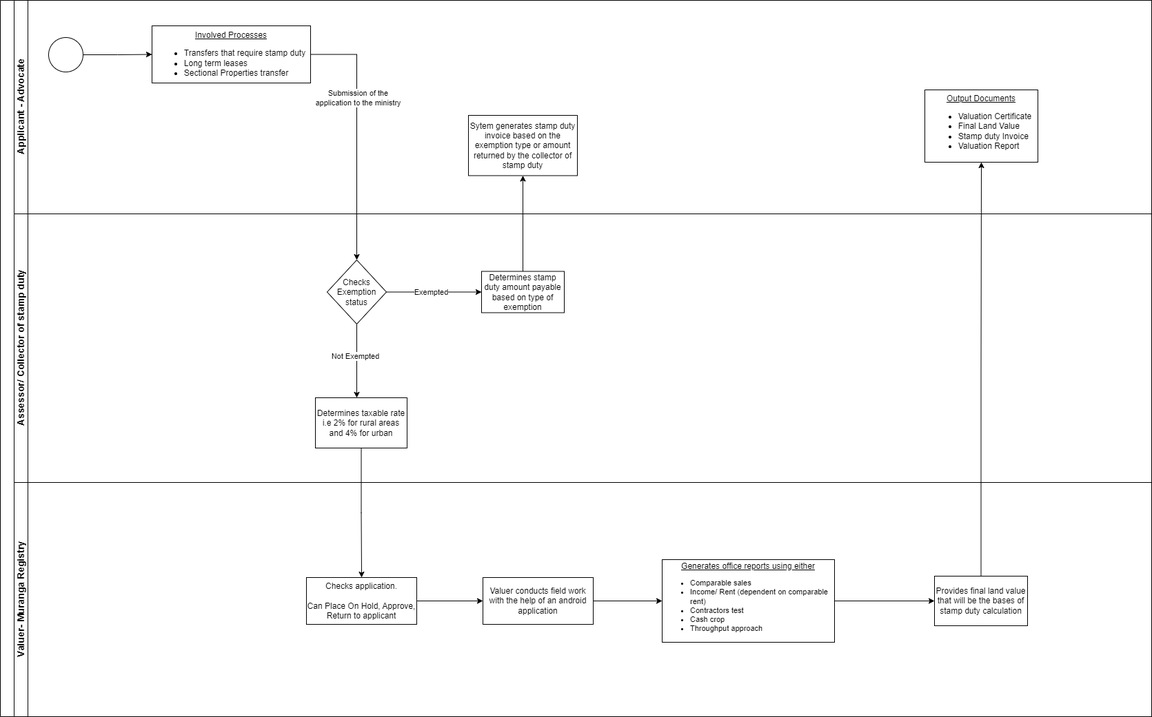
The draw.io diagram muranga-valuation-flow/muranga-valuation-flow.drawio.png in pascalokoth/BPMN, before a commit. Source tidied: cells renumbered, new cells last; positions are measured from the earlier drawing's top-left corner, leaving out a move shared by most shapes. The source it was exported from:
```xml
<mxGraphModel>
  <root>
    <mxCell id="0" />
    <mxCell id="1" parent="0" />
    <mxCell id="2" style="swimlane;html=1;horizontal=0;startSize=20;whiteSpace=wrap;" parent="1" vertex="1">
      <mxGeometry width="1670" height="1040" as="geometry" />
    </mxCell>
    <mxCell id="3" value="&lt;font style=&quot;font-size: 14px;&quot;&gt;Applicant - Advocate&lt;/font&gt;" style="swimlane;html=1;startSize=20;horizontal=0;" parent="2" vertex="1">
      <mxGeometry x="20" width="1650" height="310" as="geometry" />
    </mxCell>
    <mxCell id="4" style="points=[[0.145,0.145,0],[0.5,0,0],[0.855,0.145,0],[1,0.5,0],[0.855,0.855,0],[0.5,1,0],[0.145,0.855,0],[0,0.5,0]];shape=mxgraph.bpmn.event;html=1;verticalLabelPosition=bottom;labelBackgroundColor=#ffffff;verticalAlign=top;align=center;perimeter=ellipsePerimeter;outlineConnect=0;outline=standard;symbol=general;" parent="3" vertex="1">
      <mxGeometry x="50" y="54" width="50" height="50" as="geometry" />
    </mxCell>
    <mxCell id="5" style="edgeStyle=orthogonalEdgeStyle;rounded=0;jettySize=auto;html=1;exitX=1;exitY=0.5;exitDx=0;exitDy=0;exitPerimeter=0;" parent="3" edge="1" source="4" target="6">
      <mxGeometry relative="1" as="geometry" />
    </mxCell>
    <mxCell id="6" value="&lt;u&gt;Involved Processes&lt;/u&gt;&lt;div style=&quot;text-align: left;&quot;&gt;&lt;ul&gt;&lt;li&gt;Transfers that require stamp duty&lt;/li&gt;&lt;li&gt;Long term leases&lt;/li&gt;&lt;li&gt;Sectional Properties transfer&lt;/li&gt;&lt;/ul&gt;&lt;/div&gt;" style="whiteSpace=wrap;html=1;verticalAlign=top;" parent="3" vertex="1">
      <mxGeometry x="200" y="37" width="230" height="83" as="geometry" />
    </mxCell>
    <mxCell id="7" value="&lt;font style=&quot;font-size: 14px;&quot;&gt;Assessor/ Collector of stamp duty&lt;/font&gt;" style="swimlane;html=1;startSize=20;horizontal=0;" parent="2" vertex="1">
      <mxGeometry x="20" y="310" width="1650" height="390" as="geometry" />
    </mxCell>
    <mxCell id="8" style="edgeStyle=orthogonalEdgeStyle;rounded=0;jettySize=auto;html=1;entryX=0.5;entryY=0;entryDx=0;entryDy=0;" parent="7" edge="1" source="12">
      <mxGeometry relative="1" as="geometry">
        <mxPoint x="497" y="267" as="targetPoint" />
      </mxGeometry>
    </mxCell>
    <mxCell id="9" value="Not Exempted" style="edgeLabel;html=1;align=center;verticalAlign=middle;" parent="8" vertex="1">
      <mxGeometry x="-0.15" y="-3" relative="1" as="geometry" />
    </mxCell>
    <mxCell id="10" style="edgeStyle=orthogonalEdgeStyle;rounded=0;jettySize=auto;html=1;" parent="7" edge="1" source="12" target="14">
      <mxGeometry relative="1" as="geometry" />
    </mxCell>
    <mxCell id="11" value="Exempted" style="edgeLabel;html=1;align=center;verticalAlign=middle;" parent="10" vertex="1">
      <mxGeometry x="-0.43" y="1" relative="1" as="geometry">
        <mxPoint x="25" y="1" as="offset" />
      </mxGeometry>
    </mxCell>
    <mxCell id="12" value="Checks Exemption status" style="rhombus;whiteSpace=wrap;html=1;align=center;" parent="7" vertex="1">
      <mxGeometry x="454" y="67" width="86" height="93" as="geometry" />
    </mxCell>
    <mxCell id="13" style="edgeStyle=orthogonalEdgeStyle;rounded=0;jettySize=auto;html=1;" parent="7" edge="1" source="14" target="16">
      <mxGeometry relative="1" as="geometry" />
    </mxCell>
    <mxCell id="14" value="Determines stamp duty amount payable based on type of exemption" style="whiteSpace=wrap;html=1;" parent="7" vertex="1">
      <mxGeometry x="678" y="83.5" width="120" height="60" as="geometry" />
    </mxCell>
    <mxCell id="15" value="Determines taxable rate i.e 2% for rural areas and 4% for urban" style="whiteSpace=wrap;html=1;" parent="7" vertex="1">
      <mxGeometry x="437" y="267" width="133" height="73" as="geometry" />
    </mxCell>
    <mxCell id="16" value="Sytem generates stamp duty invoice based on the exemption type or amount returned by the collector of stamp duty" style="whiteSpace=wrap;html=1;" parent="7" vertex="1">
      <mxGeometry x="659" y="-143" width="158" height="87.5" as="geometry" />
    </mxCell>
    <mxCell id="17" value="&lt;font style=&quot;font-size: 14px;&quot;&gt;Valuer- Muranga Registry&lt;/font&gt;" style="swimlane;html=1;startSize=20;horizontal=0;" parent="2" vertex="1">
      <mxGeometry x="20" y="700" width="1650" height="340" as="geometry" />
    </mxCell>
    <mxCell id="18" value="Checks application.&lt;br&gt;&lt;br&gt;Can Place On Hold, Approve, Return to applicant" style="whiteSpace=wrap;html=1;" parent="17" vertex="1">
      <mxGeometry x="424" y="138" width="160" height="68" as="geometry" />
    </mxCell>
    <mxCell id="19" style="edgeStyle=orthogonalEdgeStyle;rounded=0;jettySize=auto;html=1;" parent="17" edge="1" source="20" target="22">
      <mxGeometry relative="1" as="geometry" />
    </mxCell>
    <mxCell id="20" value="&lt;u&gt;Generates office reports using either&lt;/u&gt;&lt;div style=&quot;font-size: 11px;&quot;&gt;&lt;ul&gt;&lt;li style=&quot;text-align: left;&quot;&gt;Comparable sales&lt;/li&gt;&lt;li style=&quot;text-align: left;&quot;&gt;Income/ Rent (dependent on comparable rent)&lt;/li&gt;&lt;li style=&quot;text-align: left;&quot;&gt;Contractors test&lt;/li&gt;&lt;li style=&quot;text-align: left;&quot;&gt;Cash crop&lt;/li&gt;&lt;li style=&quot;text-align: left;&quot;&gt;Throughput approach&lt;/li&gt;&lt;/ul&gt;&lt;/div&gt;" style="whiteSpace=wrap;html=1;" parent="17" vertex="1">
      <mxGeometry x="940" y="112" width="250" height="120" as="geometry" />
    </mxCell>
    <mxCell id="21" style="edgeStyle=orthogonalEdgeStyle;rounded=0;jettySize=auto;html=1;" parent="17" edge="1" source="22" target="23">
      <mxGeometry relative="1" as="geometry" />
    </mxCell>
    <mxCell id="22" value="Provides final land value that will be the bases of stamp duty calculation" style="whiteSpace=wrap;html=1;" parent="17" vertex="1">
      <mxGeometry x="1335" y="136" width="135" height="72" as="geometry" />
    </mxCell>
    <mxCell id="23" value="&lt;u&gt;Output Documents&lt;/u&gt;&lt;div style=&quot;&quot;&gt;&lt;ul&gt;&lt;li style=&quot;text-align: left;&quot;&gt;Valuation Certificate&lt;/li&gt;&lt;li style=&quot;text-align: left;&quot;&gt;Final Land Value&lt;/li&gt;&lt;li style=&quot;text-align: left;&quot;&gt;Stamp duty Invoice&lt;/li&gt;&lt;li style=&quot;text-align: left;&quot;&gt;Valuation Report&lt;/li&gt;&lt;/ul&gt;&lt;/div&gt;" style="whiteSpace=wrap;html=1;" parent="17" vertex="1">
      <mxGeometry x="1321" y="-570" width="164" height="105" as="geometry" />
    </mxCell>
    <mxCell id="24" style="edgeStyle=orthogonalEdgeStyle;rounded=0;jettySize=auto;html=1;entryX=0.5;entryY=0;entryDx=0;entryDy=0;" parent="2" edge="1" source="6" target="12">
      <mxGeometry relative="1" as="geometry" />
    </mxCell>
    <mxCell id="25" value="Submission of the&lt;div&gt;application to the ministry&lt;/div&gt;" style="edgeLabel;html=1;align=center;verticalAlign=middle;" parent="24" vertex="1">
      <mxGeometry x="-0.29" y="1" relative="1" as="geometry" />
    </mxCell>
    <mxCell id="26" style="edgeStyle=orthogonalEdgeStyle;rounded=0;jettySize=auto;html=1;entryX=0.5;entryY=0;entryDx=0;entryDy=0;" parent="2" edge="1" source="15" target="18">
      <mxGeometry relative="1" as="geometry" />
    </mxCell>
    <mxCell id="27" style="edgeStyle=orthogonalEdgeStyle;rounded=0;jettySize=auto;html=1;" parent="1" edge="1" source="28" target="20">
      <mxGeometry relative="1" as="geometry" />
    </mxCell>
    <mxCell id="28" value="Valuer conducts field work with the help of an android application" style="whiteSpace=wrap;html=1;" parent="1" vertex="1">
      <mxGeometry x="700" y="838" width="160" height="68" as="geometry" />
    </mxCell>
    <mxCell id="29" style="edgeStyle=orthogonalEdgeStyle;rounded=0;jettySize=auto;html=1;entryX=0;entryY=0.5;entryDx=0;entryDy=0;" parent="1" edge="1" source="18" target="28">
      <mxGeometry relative="1" as="geometry" />
    </mxCell>
  </root>
</mxGraphModel>
```
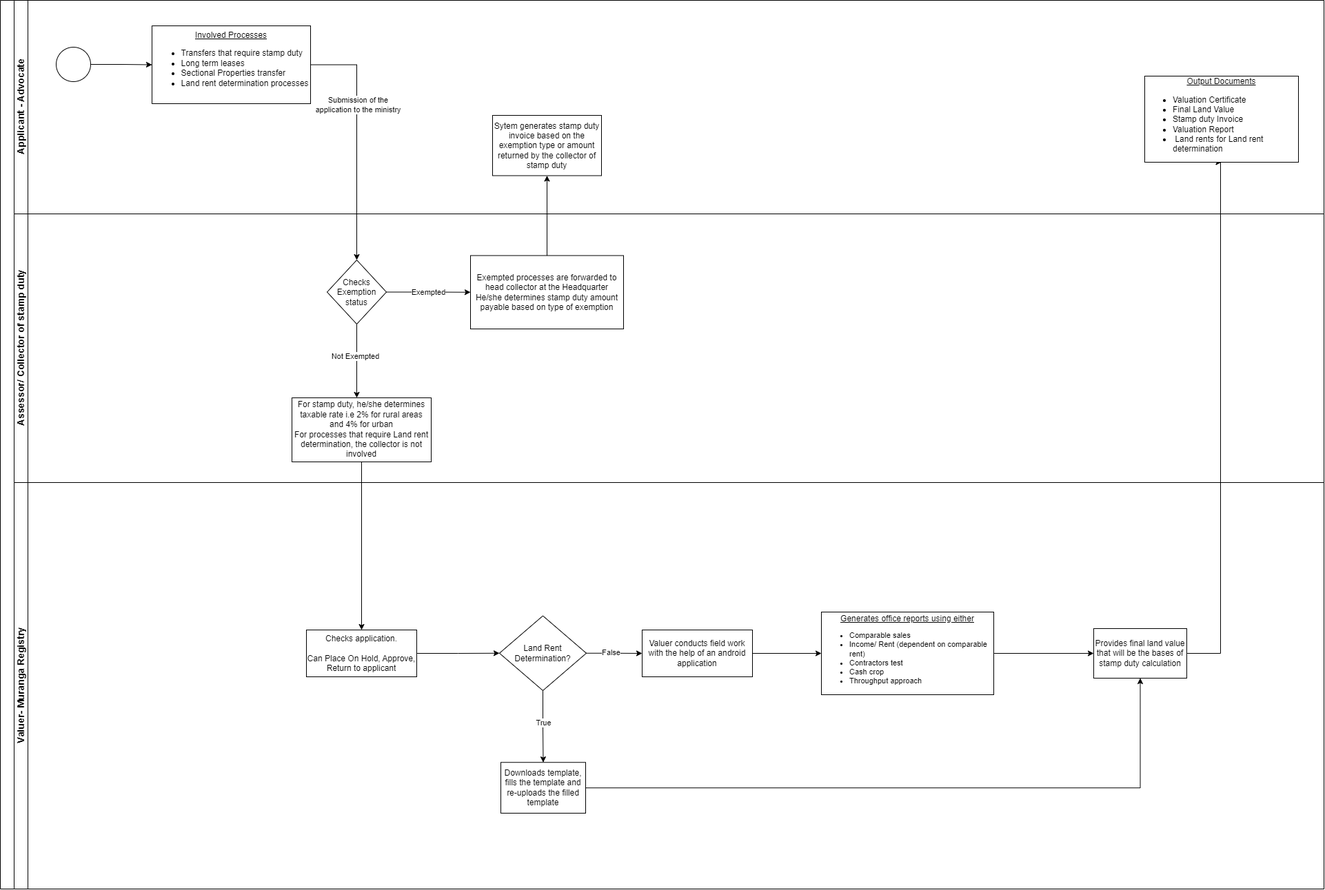
The same file after the commit.

The edit, as a diff of the source:
```diff
@@ -3,22 +3,22 @@
     <mxCell id="0" />
     <mxCell id="1" parent="0" />
     <mxCell id="2" style="swimlane;html=1;horizontal=0;startSize=20;whiteSpace=wrap;" parent="1" vertex="1">
-      <mxGeometry width="1670" height="1040" as="geometry" />
+      <mxGeometry width="1920" height="1290" as="geometry" />
     </mxCell>
     <mxCell id="3" value="&lt;font style=&quot;font-size: 14px;&quot;&gt;Applicant - Advocate&lt;/font&gt;" style="swimlane;html=1;startSize=20;horizontal=0;" parent="2" vertex="1">
-      <mxGeometry x="20" width="1650" height="310" as="geometry" />
+      <mxGeometry x="20" width="1900" height="310" as="geometry" />
     </mxCell>
     <mxCell id="4" style="points=[[0.145,0.145,0],[0.5,0,0],[0.855,0.145,0],[1,0.5,0],[0.855,0.855,0],[0.5,1,0],[0.145,0.855,0],[0,0.5,0]];shape=mxgraph.bpmn.event;html=1;verticalLabelPosition=bottom;labelBackgroundColor=#ffffff;verticalAlign=top;align=center;perimeter=ellipsePerimeter;outlineConnect=0;outline=standard;symbol=general;" parent="3" vertex="1">
-      <mxGeometry x="50" y="54" width="50" height="50" as="geometry" />
+      <mxGeometry x="61" y="68" width="50" height="50" as="geometry" />
     </mxCell>
     <mxCell id="5" style="edgeStyle=orthogonalEdgeStyle;rounded=0;jettySize=auto;html=1;exitX=1;exitY=0.5;exitDx=0;exitDy=0;exitPerimeter=0;" parent="3" edge="1" source="4" target="6">
       <mxGeometry relative="1" as="geometry" />
     </mxCell>
-    <mxCell id="6" value="&lt;u&gt;Involved Processes&lt;/u&gt;&lt;div style=&quot;text-align: left;&quot;&gt;&lt;ul&gt;&lt;li&gt;Transfers that require stamp duty&lt;/li&gt;&lt;li&gt;Long term leases&lt;/li&gt;&lt;li&gt;Sectional Properties transfer&lt;/li&gt;&lt;/ul&gt;&lt;/div&gt;" style="whiteSpace=wrap;html=1;verticalAlign=top;" parent="3" vertex="1">
-      <mxGeometry x="200" y="37" width="230" height="83" as="geometry" />
+    <mxCell id="6" value="&lt;u&gt;Involved Processes&lt;/u&gt;&lt;div style=&quot;text-align: left;&quot;&gt;&lt;ul&gt;&lt;li&gt;Transfers that require stamp duty&lt;/li&gt;&lt;li&gt;Long term leases&lt;/li&gt;&lt;li&gt;Sectional Properties transfer&lt;/li&gt;&lt;li&gt;Land rent determination processes&lt;/li&gt;&lt;/ul&gt;&lt;/div&gt;" style="whiteSpace=wrap;html=1;verticalAlign=top;" parent="3" vertex="1">
+      <mxGeometry x="200" y="37" width="230" height="113" as="geometry" />
     </mxCell>
     <mxCell id="7" value="&lt;font style=&quot;font-size: 14px;&quot;&gt;Assessor/ Collector of stamp duty&lt;/font&gt;" style="swimlane;html=1;startSize=20;horizontal=0;" parent="2" vertex="1">
-      <mxGeometry x="20" y="310" width="1650" height="390" as="geometry" />
+      <mxGeometry x="20" y="310" width="1900" height="390" as="geometry" />
     </mxCell>
     <mxCell id="8" style="edgeStyle=orthogonalEdgeStyle;rounded=0;jettySize=auto;html=1;entryX=0.5;entryY=0;entryDx=0;entryDy=0;" parent="7" edge="1" source="12">
       <mxGeometry relative="1" as="geometry">
@@ -42,53 +42,79 @@
     <mxCell id="13" style="edgeStyle=orthogonalEdgeStyle;rounded=0;jettySize=auto;html=1;" parent="7" edge="1" source="14" target="16">
       <mxGeometry relative="1" as="geometry" />
     </mxCell>
-    <mxCell id="14" value="Determines stamp duty amount payable based on type of exemption" style="whiteSpace=wrap;html=1;" parent="7" vertex="1">
-      <mxGeometry x="678" y="83.5" width="120" height="60" as="geometry" />
+    <mxCell id="14" value="Exempted processes are forwarded to head collector at the Headquarter&lt;div&gt;He/she determines stamp duty amount payable based on type of exemption&lt;/div&gt;" style="whiteSpace=wrap;html=1;" parent="7" vertex="1">
+      <mxGeometry x="662" y="60.5" width="222" height="106.5" as="geometry" />
     </mxCell>
-    <mxCell id="15" value="Determines taxable rate i.e 2% for rural areas and 4% for urban" style="whiteSpace=wrap;html=1;" parent="7" vertex="1">
-      <mxGeometry x="437" y="267" width="133" height="73" as="geometry" />
+    <mxCell id="15" value="For stamp duty, he/she determines taxable rate i.e 2% for rural areas and 4% for urban&lt;div&gt;For processes that require Land rent determination, the collector is not involved&lt;/div&gt;" style="whiteSpace=wrap;html=1;" parent="7" vertex="1">
+      <mxGeometry x="403" y="267" width="202" height="93" as="geometry" />
     </mxCell>
     <mxCell id="16" value="Sytem generates stamp duty invoice based on the exemption type or amount returned by the collector of stamp duty" style="whiteSpace=wrap;html=1;" parent="7" vertex="1">
-      <mxGeometry x="659" y="-143" width="158" height="87.5" as="geometry" />
+      <mxGeometry x="694" y="-143" width="158" height="87.5" as="geometry" />
     </mxCell>
+    <mxCell id="24" style="edgeStyle=orthogonalEdgeStyle;rounded=0;jettySize=auto;html=1;entryX=0.5;entryY=0;entryDx=0;entryDy=0;" parent="2" edge="1" source="6" target="12">
+      <mxGeometry relative="1" as="geometry" />
+    </mxCell>
+    <mxCell id="25" value="Submission of the&lt;div&gt;application to the ministry&lt;/div&gt;" style="edgeLabel;html=1;align=center;verticalAlign=middle;" parent="24" vertex="1">
+      <mxGeometry x="-0.29" y="1" relative="1" as="geometry" />
+    </mxCell>
+    <mxCell id="26" style="edgeStyle=orthogonalEdgeStyle;rounded=0;jettySize=auto;html=1;entryX=0.5;entryY=0;entryDx=0;entryDy=0;" parent="2" edge="1" source="15" target="18">
+      <mxGeometry relative="1" as="geometry" />
+    </mxCell>
     <mxCell id="17" value="&lt;font style=&quot;font-size: 14px;&quot;&gt;Valuer- Muranga Registry&lt;/font&gt;" style="swimlane;html=1;startSize=20;horizontal=0;" parent="2" vertex="1">
-      <mxGeometry x="20" y="700" width="1650" height="340" as="geometry" />
+      <mxGeometry x="20" y="700" width="1900" height="590" as="geometry" />
     </mxCell>
     <mxCell id="18" value="Checks application.&lt;br&gt;&lt;br&gt;Can Place On Hold, Approve, Return to applicant" style="whiteSpace=wrap;html=1;" parent="17" vertex="1">
-      <mxGeometry x="424" y="138" width="160" height="68" as="geometry" />
+      <mxGeometry x="424" y="214" width="160" height="68" as="geometry" />
     </mxCell>
     <mxCell id="19" style="edgeStyle=orthogonalEdgeStyle;rounded=0;jettySize=auto;html=1;" parent="17" edge="1" source="20" target="22">
       <mxGeometry relative="1" as="geometry" />
     </mxCell>
     <mxCell id="20" value="&lt;u&gt;Generates office reports using either&lt;/u&gt;&lt;div style=&quot;font-size: 11px;&quot;&gt;&lt;ul&gt;&lt;li style=&quot;text-align: left;&quot;&gt;Comparable sales&lt;/li&gt;&lt;li style=&quot;text-align: left;&quot;&gt;Income/ Rent (dependent on comparable rent)&lt;/li&gt;&lt;li style=&quot;text-align: left;&quot;&gt;Contractors test&lt;/li&gt;&lt;li style=&quot;text-align: left;&quot;&gt;Cash crop&lt;/li&gt;&lt;li style=&quot;text-align: left;&quot;&gt;Throughput approach&lt;/li&gt;&lt;/ul&gt;&lt;/div&gt;" style="whiteSpace=wrap;html=1;" parent="17" vertex="1">
-      <mxGeometry x="940" y="112" width="250" height="120" as="geometry" />
+      <mxGeometry x="1171" y="188" width="250" height="120" as="geometry" />
     </mxCell>
-    <mxCell id="21" style="edgeStyle=orthogonalEdgeStyle;rounded=0;jettySize=auto;html=1;" parent="17" edge="1" source="22" target="23">
-      <mxGeometry relative="1" as="geometry" />
+    <mxCell id="21" style="edgeStyle=orthogonalEdgeStyle;rounded=0;jettySize=auto;html=1;exitX=1;exitY=0.5;exitDx=0;exitDy=0;entryX=0.5;entryY=1;entryDx=0;entryDy=0;" parent="17" edge="1" source="22" target="23">
+      <mxGeometry relative="1" as="geometry">
+        <Array as="points">
+          <mxPoint x="1750" y="248" />
+          <mxPoint x="1750" y="-465" />
+        </Array>
+      </mxGeometry>
     </mxCell>
     <mxCell id="22" value="Provides final land value that will be the bases of stamp duty calculation" style="whiteSpace=wrap;html=1;" parent="17" vertex="1">
-      <mxGeometry x="1335" y="136" width="135" height="72" as="geometry" />
+      <mxGeometry x="1566" y="212" width="135" height="72" as="geometry" />
     </mxCell>
-    <mxCell id="23" value="&lt;u&gt;Output Documents&lt;/u&gt;&lt;div style=&quot;&quot;&gt;&lt;ul&gt;&lt;li style=&quot;text-align: left;&quot;&gt;Valuation Certificate&lt;/li&gt;&lt;li style=&quot;text-align: left;&quot;&gt;Final Land Value&lt;/li&gt;&lt;li style=&quot;text-align: left;&quot;&gt;Stamp duty Invoice&lt;/li&gt;&lt;li style=&quot;text-align: left;&quot;&gt;Valuation Report&lt;/li&gt;&lt;/ul&gt;&lt;/div&gt;" style="whiteSpace=wrap;html=1;" parent="17" vertex="1">
-      <mxGeometry x="1321" y="-570" width="164" height="105" as="geometry" />
+    <mxCell id="23" value="&lt;u&gt;Output Documents&lt;/u&gt;&lt;div style=&quot;&quot;&gt;&lt;ul&gt;&lt;li style=&quot;text-align: left;&quot;&gt;Valuation Certificate&lt;/li&gt;&lt;li style=&quot;text-align: left;&quot;&gt;Final Land Value&lt;/li&gt;&lt;li style=&quot;text-align: left;&quot;&gt;Stamp duty Invoice&lt;/li&gt;&lt;li style=&quot;text-align: left;&quot;&gt;Valuation Report&lt;/li&gt;&lt;li style=&quot;text-align: left;&quot;&gt;&amp;nbsp;Land rents for Land rent determination&lt;br&gt;&lt;/li&gt;&lt;/ul&gt;&lt;/div&gt;" style="whiteSpace=wrap;html=1;" parent="17" vertex="1">
+      <mxGeometry x="1640" y="-590" width="223" height="125" as="geometry" />
     </mxCell>
-    <mxCell id="24" style="edgeStyle=orthogonalEdgeStyle;rounded=0;jettySize=auto;html=1;entryX=0.5;entryY=0;entryDx=0;entryDy=0;" parent="2" edge="1" source="6" target="12">
-      <mxGeometry relative="1" as="geometry" />
-    </mxCell>
-    <mxCell id="25" value="Submission of the&lt;div&gt;application to the ministry&lt;/div&gt;" style="edgeLabel;html=1;align=center;verticalAlign=middle;" parent="24" vertex="1">
-      <mxGeometry x="-0.29" y="1" relative="1" as="geometry" />
-    </mxCell>
-    <mxCell id="26" style="edgeStyle=orthogonalEdgeStyle;rounded=0;jettySize=auto;html=1;entryX=0.5;entryY=0;entryDx=0;entryDy=0;" parent="2" edge="1" source="15" target="18">
-      <mxGeometry relative="1" as="geometry" />
-    </mxCell>
+    <mxCell id="30" style="edgeStyle=orthogonalEdgeStyle;rounded=0;jettySize=auto;html=1;" parent="17" edge="1" source="32" target="34">
+      <mxGeometry relative="1" as="geometry" />
+    </mxCell>
+    <mxCell id="31" value="True" style="edgeLabel;html=1;align=center;verticalAlign=middle;" parent="30" vertex="1">
+      <mxGeometry x="-0.12" relative="1" as="geometry" />
+    </mxCell>
+    <mxCell id="32" value="Land Rent Determination?" style="rhombus;whiteSpace=wrap;html=1;align=center;" parent="17" vertex="1">
+      <mxGeometry x="704" y="193.5" width="126" height="108.5" as="geometry" />
+    </mxCell>
+    <mxCell id="29" style="edgeStyle=orthogonalEdgeStyle;rounded=0;jettySize=auto;html=1;entryX=0;entryY=0.5;entryDx=0;entryDy=0;" parent="17" edge="1" source="18" target="32">
+      <mxGeometry relative="1" as="geometry" />
+    </mxCell>
+    <mxCell id="33" style="edgeStyle=orthogonalEdgeStyle;rounded=0;jettySize=auto;html=1;entryX=0.5;entryY=1;entryDx=0;entryDy=0;" parent="17" edge="1" source="34" target="22">
+      <mxGeometry relative="1" as="geometry" />
+    </mxCell>
+    <mxCell id="34" value="Downloads template, fills the template and re-uploads the filled template" style="whiteSpace=wrap;html=1;" parent="17" vertex="1">
+      <mxGeometry x="706" y="406.2" width="123" height="73.8" as="geometry" />
+    </mxCell>
     <mxCell id="27" style="edgeStyle=orthogonalEdgeStyle;rounded=0;jettySize=auto;html=1;" parent="1" edge="1" source="28" target="20">
       <mxGeometry relative="1" as="geometry" />
     </mxCell>
     <mxCell id="28" value="Valuer conducts field work with the help of an android application" style="whiteSpace=wrap;html=1;" parent="1" vertex="1">
-      <mxGeometry x="700" y="838" width="160" height="68" as="geometry" />
+      <mxGeometry x="931" y="914" width="160" height="68" as="geometry" />
     </mxCell>
-    <mxCell id="29" style="edgeStyle=orthogonalEdgeStyle;rounded=0;jettySize=auto;html=1;entryX=0;entryY=0.5;entryDx=0;entryDy=0;" parent="1" edge="1" source="18" target="28">
-      <mxGeometry relative="1" as="geometry" />
-    </mxCell>
+    <mxCell id="35" style="edgeStyle=orthogonalEdgeStyle;rounded=0;jettySize=auto;html=1;" parent="1" edge="1" source="32" target="28">
+      <mxGeometry relative="1" as="geometry" />
+    </mxCell>
+    <mxCell id="36" value="False" style="edgeLabel;html=1;align=center;verticalAlign=middle;" parent="35" vertex="1">
+      <mxGeometry x="-0.14" y="1" relative="1" as="geometry" />
+    </mxCell>
   </root>
 </mxGraphModel>
```
